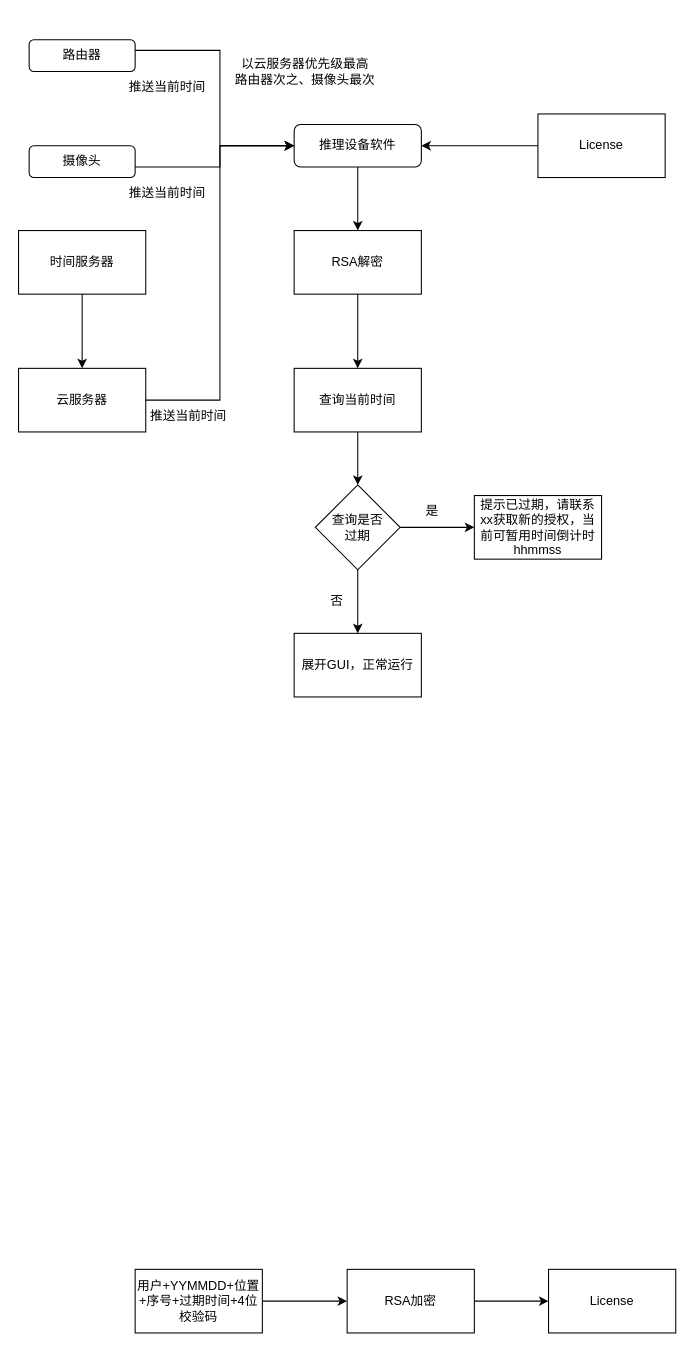
This is RSA_encrpt_aibox.drawio from hrf666666/FlowCharts, a draw.io file, before an edit. Source tidied: cells renumbered, new cells numbered last; positions are measured from the earlier drawing's top-left corner, leaving out a move shared by most shapes. Both pictures are drawn from the tidied source at 106%, with x=0, y=0 at pixel (18, 39).
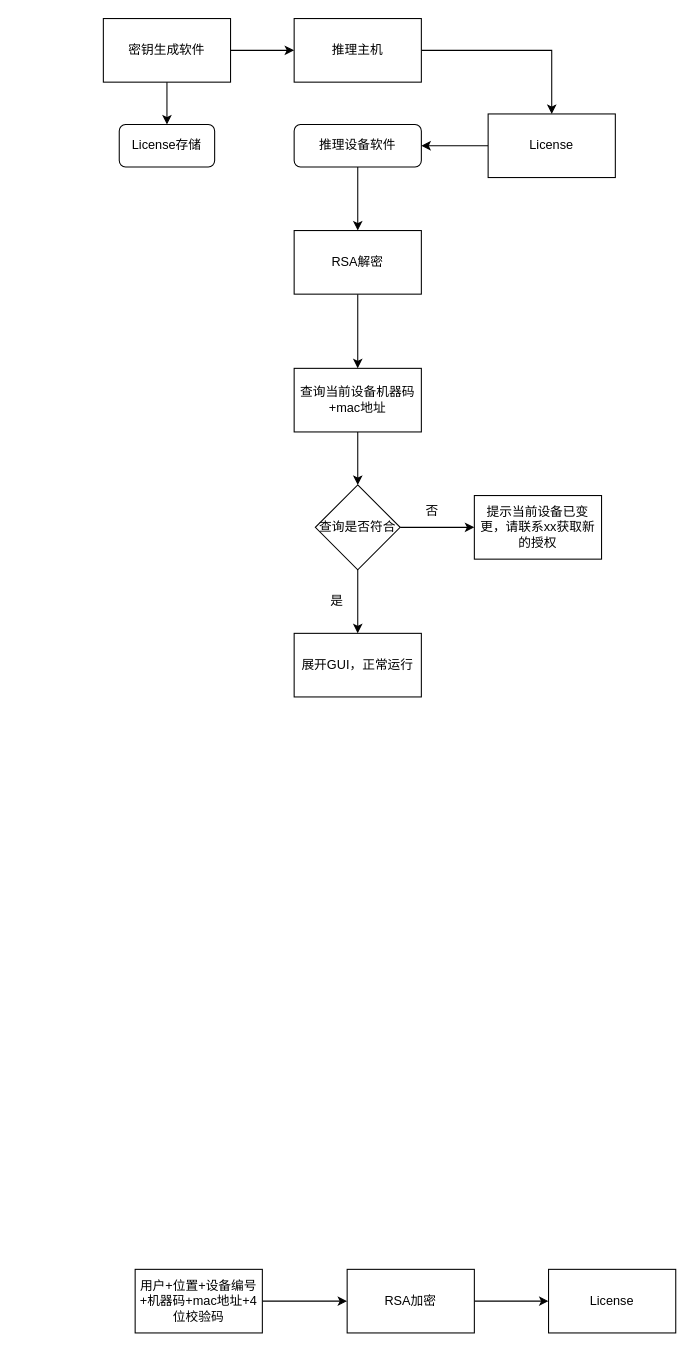
The same diagram, later.

The change refers to these unchanged cells:
```xml
<mxCell id="3" value="推理设备软件" style="rounded=1;whiteSpace=wrap;html=1;fontSize=12;glass=0;strokeWidth=1;shadow=0;" parent="1" vertex="1">
  <mxGeometry x="260" y="80" width="120" height="40" as="geometry" />
</mxCell>
```

Diff of the diagram source:
```diff
@@
-    <mxCell id="5" value="查询当前时间" style="rounded=0;whiteSpace=wrap;html=1;" parent="1" vertex="1">
+    <mxCell id="5" value="查询当前设备机器码+mac地址" style="rounded=0;whiteSpace=wrap;html=1;" parent="1" vertex="1">
       <mxGeometry x="260" y="310" width="120" height="60" as="geometry" />
     </mxCell>
-    <mxCell id="6" style="edgeStyle=orthogonalEdgeStyle;rounded=0;jettySize=auto;html=1;entryX=0.5;entryY=0;entryDx=0;entryDy=0;" parent="1" edge="1" source="7" target="9">
-      <mxGeometry relative="1" as="geometry" />
-    </mxCell>
-    <mxCell id="7" value="时间服务器" style="rounded=0;whiteSpace=wrap;html=1;" parent="1" vertex="1">
-      <mxGeometry y="180" width="120" height="60" as="geometry" />
-    </mxCell>
-    <mxCell id="8" style="edgeStyle=orthogonalEdgeStyle;rounded=0;jettySize=auto;html=1;entryX=0;entryY=0.5;entryDx=0;entryDy=0;" parent="1" edge="1" source="9" target="3">
-      <mxGeometry relative="1" as="geometry" />
-    </mxCell>
-    <mxCell id="9" value="云服务器" style="rounded=0;whiteSpace=wrap;html=1;" parent="1" vertex="1">
-      <mxGeometry y="310" width="120" height="60" as="geometry" />
-    </mxCell>
@@
     <mxCell id="11" value="License" style="rounded=0;whiteSpace=wrap;html=1;" parent="1" vertex="1">
-      <mxGeometry x="490" y="70" width="120" height="60" as="geometry" />
+      <mxGeometry x="443" y="70" width="120" height="60" as="geometry" />
     </mxCell>
@@
-    <mxCell id="14" value="推送当前时间" style="text;html=1;align=center;verticalAlign=middle;strokeColor=none;fillColor=none;" parent="1" vertex="1">
-      <mxGeometry x="110" y="340" width="100" height="30" as="geometry" />
-    </mxCell>
@@
-    <mxCell id="19" value="用户+YYMMDD+位置+序号+过期时间+4位校验码" style="rounded=0;whiteSpace=wrap;html=1;" parent="1" vertex="1">
+    <mxCell id="19" value="用户+位置+设备编号+机器码+mac地址+4位校验码" style="rounded=0;whiteSpace=wrap;html=1;" parent="1" vertex="1">
       <mxGeometry x="110" y="1160" width="120" height="60" as="geometry" />
     </mxCell>
@@
-    <mxCell id="22" value="查询是否&lt;br&gt;过期" style="rhombus;whiteSpace=wrap;html=1;" parent="1" vertex="1">
+    <mxCell id="22" value="查询是否符合" style="rhombus;whiteSpace=wrap;html=1;" parent="1" vertex="1">
       <mxGeometry x="280" y="420" width="80" height="80" as="geometry" />
     </mxCell>
-    <mxCell id="23" value="提示已过期，请联系xx获取新的授权，当前可暂用时间倒计时hhmmss" style="rounded=0;whiteSpace=wrap;html=1;" parent="1" vertex="1">
+    <mxCell id="23" value="提示当前设备已变更，请联系xx获取新的授权" style="rounded=0;whiteSpace=wrap;html=1;" parent="1" vertex="1">
       <mxGeometry x="430" y="430" width="120" height="60" as="geometry" />
     </mxCell>
-    <mxCell id="24" value="是" style="text;html=1;align=center;verticalAlign=middle;strokeColor=none;fillColor=none;" parent="1" vertex="1">
+    <mxCell id="24" value="否" style="text;html=1;align=center;verticalAlign=middle;strokeColor=none;fillColor=none;" parent="1" vertex="1">
       <mxGeometry x="370" y="430" width="40" height="30" as="geometry" />
     </mxCell>
@@
-    <mxCell id="26" value="否" style="text;html=1;align=center;verticalAlign=middle;strokeColor=none;fillColor=none;" parent="1" vertex="1">
+    <mxCell id="26" value="是" style="text;html=1;align=center;verticalAlign=middle;strokeColor=none;fillColor=none;" parent="1" vertex="1">
       <mxGeometry x="280" y="515" width="40" height="30" as="geometry" />
     </mxCell>
-    <mxCell id="27" style="edgeStyle=orthogonalEdgeStyle;rounded=0;jettySize=auto;html=1;entryX=0;entryY=0.5;entryDx=0;entryDy=0;" parent="1" edge="1" source="28" target="3">
-      <mxGeometry relative="1" as="geometry">
-        <Array as="points">
-          <mxPoint x="190" y="120" />
-          <mxPoint x="190" y="100" />
-        </Array>
-      </mxGeometry>
-    </mxCell>
-    <mxCell id="28" value="摄像头" style="rounded=1;whiteSpace=wrap;html=1;" parent="1" vertex="1">
-      <mxGeometry x="10" y="100" width="100" height="30" as="geometry" />
-    </mxCell>
-    <mxCell id="29" style="edgeStyle=orthogonalEdgeStyle;rounded=0;jettySize=auto;html=1;entryX=0;entryY=0.5;entryDx=0;entryDy=0;" parent="1" edge="1" source="30" target="3">
-      <mxGeometry relative="1" as="geometry">
-        <Array as="points">
-          <mxPoint x="190" y="10" />
-          <mxPoint x="190" y="100" />
-        </Array>
-      </mxGeometry>
-    </mxCell>
-    <mxCell id="30" value="路由器" style="rounded=1;whiteSpace=wrap;html=1;" parent="1" vertex="1">
-      <mxGeometry x="10" width="100" height="30" as="geometry" />
-    </mxCell>
-    <mxCell id="31" value="推送当前时间" style="text;html=1;align=center;verticalAlign=middle;strokeColor=none;fillColor=none;" parent="1" vertex="1">
-      <mxGeometry x="90" y="130" width="100" height="30" as="geometry" />
-    </mxCell>
-    <mxCell id="32" value="推送当前时间" style="text;html=1;align=center;verticalAlign=middle;strokeColor=none;fillColor=none;" parent="1" vertex="1">
-      <mxGeometry x="90" y="30" width="100" height="30" as="geometry" />
-    </mxCell>
-    <mxCell id="33" value="以云服务器优先级最高&lt;br&gt;路由器次之、摄像头最次" style="text;html=1;align=center;verticalAlign=middle;strokeColor=none;fillColor=none;" parent="1" vertex="1">
-      <mxGeometry x="190" y="10" width="160" height="40" as="geometry" />
-    </mxCell>
+    <mxCell id="34" style="edgeStyle=orthogonalEdgeStyle;rounded=0;jettySize=auto;html=1;entryX=0;entryY=0.5;entryDx=0;entryDy=0;" parent="1" edge="1" source="35" target="37">
+      <mxGeometry relative="1" as="geometry" />
+    </mxCell>
+    <mxCell id="35" value="密钥生成软件" style="rounded=0;whiteSpace=wrap;html=1;" parent="1" vertex="1">
+      <mxGeometry x="80" y="-20" width="120" height="60" as="geometry" />
+    </mxCell>
+    <mxCell id="36" style="edgeStyle=orthogonalEdgeStyle;rounded=0;jettySize=auto;html=1;" parent="1" edge="1" source="37" target="11">
+      <mxGeometry relative="1" as="geometry" />
+    </mxCell>
+    <mxCell id="37" value="推理主机" style="rounded=0;whiteSpace=wrap;html=1;" parent="1" vertex="1">
+      <mxGeometry x="260" y="-20" width="120" height="60" as="geometry" />
+    </mxCell>
+    <mxCell id="38" value="License存储" style="rounded=1;whiteSpace=wrap;html=1;" parent="1" vertex="1">
+      <mxGeometry x="95" y="80" width="90" height="40" as="geometry" />
+    </mxCell>
+    <mxCell id="39" style="edgeStyle=orthogonalEdgeStyle;rounded=0;jettySize=auto;html=1;entryX=0.5;entryY=0;entryDx=0;entryDy=0;" parent="1" edge="1" source="35" target="38">
+      <mxGeometry relative="1" as="geometry" />
+    </mxCell>
```
